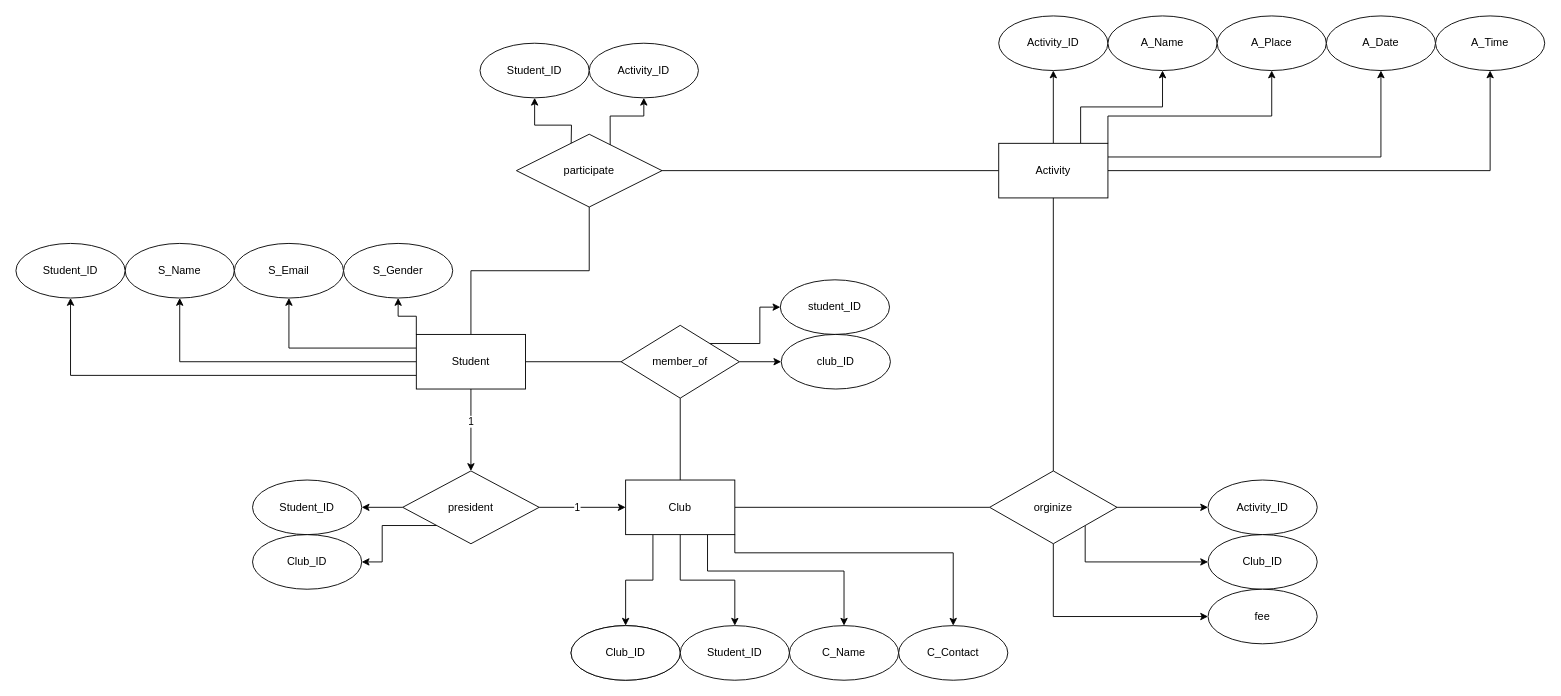
Above: page "Page-3" (4 of 5) of Untitled Diagram.drawio in yumilor/yumilor (draw.io), before the change. Source tidied: cells renumbered, new cells numbered last; positions are measured from the earlier drawing's top-left corner, leaving out a move shared by most shapes. Both pictures are drawn from the tidied source at 91%, with x=0, y=0 at pixel (15, 15).
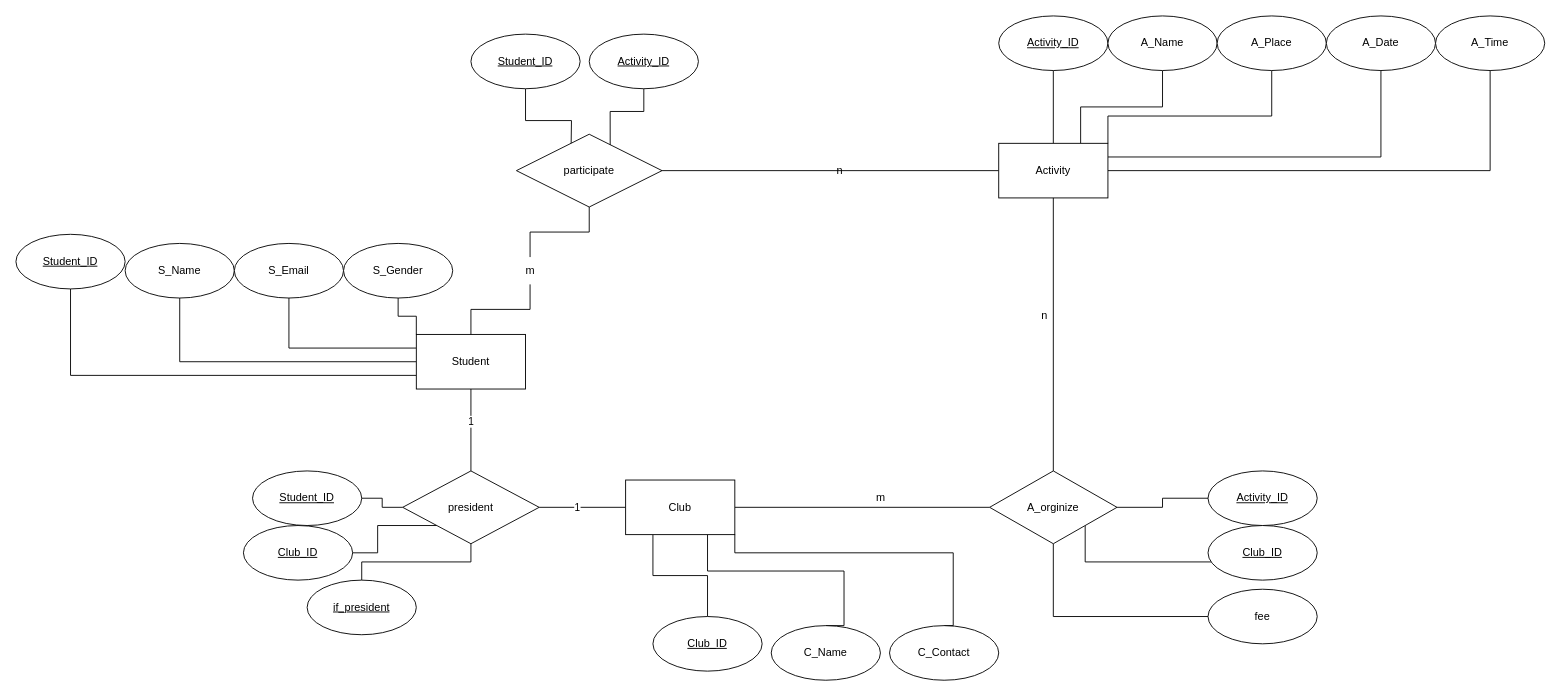
The same diagram, later.

Unchanged cells that the change refers to:
```xml
<mxCell id="10" value="Student" style="rounded=0;whiteSpace=wrap;html=1;" parent="1" vertex="1">
  <mxGeometry x="440" y="350" width="120" height="60" as="geometry" />
</mxCell>
<mxCell id="11" value="S_Name" style="ellipse;whiteSpace=wrap;html=1;rounded=0;" parent="1" vertex="1">
  <mxGeometry x="120" y="250" width="120" height="60" as="geometry" />
</mxCell>
<mxCell id="13" value="S_Email" style="ellipse;whiteSpace=wrap;html=1;rounded=0;" parent="1" vertex="1">
  <mxGeometry x="240" y="250" width="120" height="60" as="geometry" />
</mxCell>
<mxCell id="14" value="S_Gender" style="ellipse;whiteSpace=wrap;html=1;rounded=0;" parent="1" vertex="1">
  <mxGeometry x="360" y="250" width="120" height="60" as="geometry" />
</mxCell>
<mxCell id="19" value="president" style="rhombus;whiteSpace=wrap;html=1;" parent="1" vertex="1">
  <mxGeometry x="425" y="500" width="150" height="80" as="geometry" />
</mxCell>
<mxCell id="27" value="Club" style="whiteSpace=wrap;html=1;" parent="1" vertex="1">
  <mxGeometry x="670" y="510" width="120" height="60" as="geometry" />
</mxCell>
<mxCell id="42" value="participate" style="rhombus;whiteSpace=wrap;html=1;rounded=0;" parent="1" vertex="1">
  <mxGeometry x="550" y="130" width="160" height="80" as="geometry" />
</mxCell>
<mxCell id="50" value="Activity" style="whiteSpace=wrap;html=1;rounded=0;" parent="1" vertex="1">
  <mxGeometry x="1080" y="140" width="120" height="60" as="geometry" />
</mxCell>
<mxCell id="58" value="fee" style="ellipse;whiteSpace=wrap;html=1;" parent="1" vertex="1">
  <mxGeometry x="1310" y="630" width="120" height="60" as="geometry" />
</mxCell>
<mxCell id="60" value="A_Name" style="ellipse;whiteSpace=wrap;html=1;rounded=0;" parent="1" vertex="1">
  <mxGeometry x="1200" width="120" height="60" as="geometry" />
</mxCell>
<mxCell id="61" value="A_Place" style="ellipse;whiteSpace=wrap;html=1;rounded=0;" parent="1" vertex="1">
  <mxGeometry x="1320" width="120" height="60" as="geometry" />
</mxCell>
<mxCell id="62" value="A_Date" style="ellipse;whiteSpace=wrap;html=1;rounded=0;" parent="1" vertex="1">
  <mxGeometry x="1440" width="120" height="60" as="geometry" />
</mxCell>
<mxCell id="63" value="A_Time" style="ellipse;whiteSpace=wrap;html=1;rounded=0;" parent="1" vertex="1">
  <mxGeometry x="1560" width="120" height="60" as="geometry" />
</mxCell>
```

The edit, as a diff of the source:
```diff
@@
-    <mxCell id="2" style="edgeStyle=orthogonalEdgeStyle;rounded=0;jettySize=auto;html=1;" parent="1" edge="1" source="10" target="11">
+    <mxCell id="2" style="edgeStyle=orthogonalEdgeStyle;rounded=0;jettySize=auto;html=1;endArrow=none;endFill=0;" parent="1" edge="1" source="10" target="11">
       <mxGeometry relative="1" as="geometry" />
     </mxCell>
-    <mxCell id="3" style="edgeStyle=orthogonalEdgeStyle;rounded=0;jettySize=auto;html=1;exitX=0;exitY=0.75;exitDx=0;exitDy=0;" parent="1" edge="1" source="10" target="12">
+    <mxCell id="3" style="edgeStyle=orthogonalEdgeStyle;rounded=0;jettySize=auto;html=1;exitX=0;exitY=0.75;exitDx=0;exitDy=0;endArrow=none;endFill=0;" parent="1" edge="1" source="10" target="12">
       <mxGeometry relative="1" as="geometry" />
     </mxCell>
-    <mxCell id="4" style="edgeStyle=orthogonalEdgeStyle;rounded=0;jettySize=auto;html=1;exitX=0;exitY=0.25;exitDx=0;exitDy=0;" parent="1" edge="1" source="10" target="13">
+    <mxCell id="4" style="edgeStyle=orthogonalEdgeStyle;rounded=0;jettySize=auto;html=1;exitX=0;exitY=0.25;exitDx=0;exitDy=0;endArrow=none;endFill=0;" parent="1" edge="1" source="10" target="13">
       <mxGeometry relative="1" as="geometry" />
     </mxCell>
-    <mxCell id="5" style="edgeStyle=orthogonalEdgeStyle;rounded=0;jettySize=auto;html=1;exitX=0;exitY=0;exitDx=0;exitDy=0;" parent="1" edge="1" source="10" target="14">
+    <mxCell id="5" style="edgeStyle=orthogonalEdgeStyle;rounded=0;jettySize=auto;html=1;exitX=0;exitY=0;exitDx=0;exitDy=0;endArrow=none;endFill=0;" parent="1" edge="1" source="10" target="14">
       <mxGeometry relative="1" as="geometry" />
     </mxCell>
-    <mxCell id="6" style="edgeStyle=orthogonalEdgeStyle;rounded=0;jettySize=auto;html=1;entryX=0.5;entryY=0;entryDx=0;entryDy=0;" parent="1" edge="1" source="10" target="19">
+    <mxCell id="6" style="edgeStyle=orthogonalEdgeStyle;rounded=0;jettySize=auto;html=1;entryX=0.5;entryY=0;entryDx=0;entryDy=0;endArrow=none;endFill=0;" parent="1" edge="1" source="10" target="19">
       <mxGeometry relative="1" as="geometry" />
     </mxCell>
@@
-    <mxCell id="8" style="edgeStyle=orthogonalEdgeStyle;rounded=0;jettySize=auto;html=1;endArrow=none;endFill=0;" parent="1" edge="1" source="10" target="36">
-      <mxGeometry relative="1" as="geometry" />
-    </mxCell>
-    <mxCell id="9" style="edgeStyle=orthogonalEdgeStyle;rounded=0;jettySize=auto;html=1;endArrow=none;endFill=0;" parent="1" edge="1" source="10" target="42">
+    <mxCell id="9" style="edgeStyle=orthogonalEdgeStyle;rounded=0;jettySize=auto;html=1;endArrow=none;endFill=0;startArrow=none;" parent="1" edge="1" source="66" target="42">
       <mxGeometry relative="1" as="geometry" />
     </mxCell>
@@
-    <mxCell id="12" value="Student_ID" style="ellipse;whiteSpace=wrap;html=1;rounded=0;" parent="1" vertex="1">
-      <mxGeometry y="250" width="120" height="60" as="geometry" />
+    <mxCell id="12" value="Student_ID" style="ellipse;whiteSpace=wrap;html=1;rounded=0;fontStyle=4;" parent="1" vertex="1">
+      <mxGeometry y="240" width="120" height="60" as="geometry" />
     </mxCell>
@@
-    <mxCell id="15" style="edgeStyle=orthogonalEdgeStyle;rounded=0;jettySize=auto;html=1;" parent="1" edge="1" source="19" target="20">
+    <mxCell id="15" style="edgeStyle=orthogonalEdgeStyle;rounded=0;jettySize=auto;html=1;endArrow=none;endFill=0;" parent="1" edge="1" source="19" target="20">
       <mxGeometry relative="1" as="geometry" />
     </mxCell>
-    <mxCell id="16" style="edgeStyle=orthogonalEdgeStyle;rounded=0;jettySize=auto;html=1;exitX=0;exitY=1;exitDx=0;exitDy=0;" parent="1" edge="1" source="19" target="21">
+    <mxCell id="16" style="edgeStyle=orthogonalEdgeStyle;rounded=0;jettySize=auto;html=1;exitX=0;exitY=1;exitDx=0;exitDy=0;endArrow=none;endFill=0;" parent="1" edge="1" source="19" target="21">
       <mxGeometry relative="1" as="geometry" />
     </mxCell>
-    <mxCell id="17" style="edgeStyle=orthogonalEdgeStyle;rounded=0;jettySize=auto;html=1;" parent="1" edge="1" source="19" target="27">
+    <mxCell id="17" style="edgeStyle=orthogonalEdgeStyle;rounded=0;jettySize=auto;html=1;endArrow=none;endFill=0;" parent="1" edge="1" source="19" target="27">
       <mxGeometry relative="1" as="geometry" />
     </mxCell>
@@
+    <mxCell id="64" style="edgeStyle=orthogonalEdgeStyle;rounded=0;jettySize=auto;html=1;startArrow=none;startFill=0;endArrow=none;endFill=0;" parent="1" edge="1" source="19" target="65">
+      <mxGeometry relative="1" as="geometry" />
+    </mxCell>
@@
-    <mxCell id="20" value="Student_ID" style="ellipse;whiteSpace=wrap;html=1;" parent="1" vertex="1">
-      <mxGeometry x="260" y="510" width="120" height="60" as="geometry" />
+    <mxCell id="20" value="Student_ID" style="ellipse;whiteSpace=wrap;html=1;fontStyle=4;" parent="1" vertex="1">
+      <mxGeometry x="260" y="500" width="120" height="60" as="geometry" />
     </mxCell>
-    <mxCell id="21" value="Club_ID" style="ellipse;whiteSpace=wrap;html=1;" parent="1" vertex="1">
-      <mxGeometry x="260" y="570" width="120" height="60" as="geometry" />
+    <mxCell id="21" value="Club_ID" style="ellipse;whiteSpace=wrap;html=1;fontStyle=4;" parent="1" vertex="1">
+      <mxGeometry x="250" y="560" width="120" height="60" as="geometry" />
     </mxCell>
-    <mxCell id="22" style="edgeStyle=orthogonalEdgeStyle;rounded=0;jettySize=auto;html=1;exitX=0.25;exitY=1;exitDx=0;exitDy=0;" parent="1" edge="1" source="27" target="29">
+    <mxCell id="22" style="edgeStyle=orthogonalEdgeStyle;rounded=0;jettySize=auto;html=1;exitX=0.25;exitY=1;exitDx=0;exitDy=0;endArrow=none;endFill=0;" parent="1" edge="1" source="27" target="29">
       <mxGeometry relative="1" as="geometry" />
     </mxCell>
-    <mxCell id="23" style="edgeStyle=orthogonalEdgeStyle;rounded=0;jettySize=auto;html=1;" parent="1" edge="1" source="27" target="30">
-      <mxGeometry relative="1" as="geometry" />
-    </mxCell>
-    <mxCell id="24" style="edgeStyle=orthogonalEdgeStyle;rounded=0;jettySize=auto;html=1;entryX=0.5;entryY=0;entryDx=0;entryDy=0;endArrow=classic;endFill=1;exitX=0.75;exitY=1;exitDx=0;exitDy=0;" parent="1" edge="1" source="27" target="31">
+    <mxCell id="24" style="edgeStyle=orthogonalEdgeStyle;rounded=0;jettySize=auto;html=1;entryX=0.5;entryY=0;entryDx=0;entryDy=0;endArrow=none;endFill=0;exitX=0.75;exitY=1;exitDx=0;exitDy=0;" parent="1" edge="1" source="27" target="31">
       <mxGeometry relative="1" as="geometry">
         <Array as="points">
           <mxPoint x="760" y="610" />
           <mxPoint x="910" y="610" />
         </Array>
       </mxGeometry>
     </mxCell>
-    <mxCell id="25" style="edgeStyle=orthogonalEdgeStyle;rounded=0;jettySize=auto;html=1;entryX=0.5;entryY=0;entryDx=0;entryDy=0;endArrow=classic;endFill=1;exitX=1;exitY=1;exitDx=0;exitDy=0;" parent="1" edge="1" source="27" target="32">
+    <mxCell id="25" style="edgeStyle=orthogonalEdgeStyle;rounded=0;jettySize=auto;html=1;entryX=0.5;entryY=0;entryDx=0;entryDy=0;endArrow=none;endFill=0;exitX=1;exitY=1;exitDx=0;exitDy=0;" parent="1" edge="1" source="27" target="32">
       <mxGeometry relative="1" as="geometry">
         <Array as="points">
           <mxPoint x="790" y="590" />
           <mxPoint x="1030" y="590" />
         </Array>
       </mxGeometry>
     </mxCell>
@@
-    <mxCell id="28" style="ellipse;whiteSpace=wrap;html=1;" parent="1" vertex="1">
-      <mxGeometry x="610" y="670" width="120" height="60" as="geometry" />
-    </mxCell>
-    <mxCell id="29" value="Club_ID" style="ellipse;whiteSpace=wrap;html=1;" parent="1" vertex="1">
-      <mxGeometry x="610" y="670" width="120" height="60" as="geometry" />
+    <mxCell id="29" value="Club_ID" style="ellipse;whiteSpace=wrap;html=1;fontStyle=4;" parent="1" vertex="1">
+      <mxGeometry x="700" y="660" width="120" height="60" as="geometry" />
     </mxCell>
-    <mxCell id="30" value="Student_ID" style="ellipse;whiteSpace=wrap;html=1;" parent="1" vertex="1">
-      <mxGeometry x="730" y="670" width="120" height="60" as="geometry" />
-    </mxCell>
     <mxCell id="31" value="C_Name" style="ellipse;whiteSpace=wrap;html=1;" parent="1" vertex="1">
-      <mxGeometry x="850" y="670" width="120" height="60" as="geometry" />
+      <mxGeometry x="830" y="670" width="120" height="60" as="geometry" />
     </mxCell>
     <mxCell id="32" value="C_Contact" style="ellipse;whiteSpace=wrap;html=1;" parent="1" vertex="1">
-      <mxGeometry x="970" y="670" width="120" height="60" as="geometry" />
+      <mxGeometry x="960" y="670" width="120" height="60" as="geometry" />
     </mxCell>
-    <mxCell id="33" style="edgeStyle=orthogonalEdgeStyle;rounded=0;jettySize=auto;html=1;endArrow=none;endFill=0;" parent="1" edge="1" source="36" target="27">
-      <mxGeometry relative="1" as="geometry" />
-    </mxCell>
-    <mxCell id="34" style="edgeStyle=orthogonalEdgeStyle;rounded=0;jettySize=auto;html=1;endArrow=classic;endFill=1;exitX=1;exitY=0;exitDx=0;exitDy=0;" parent="1" edge="1" source="36" target="37">
-      <mxGeometry relative="1" as="geometry" />
-    </mxCell>
-    <mxCell id="35" style="edgeStyle=orthogonalEdgeStyle;rounded=0;jettySize=auto;html=1;endArrow=classic;endFill=1;" parent="1" edge="1" source="36" target="38">
-      <mxGeometry relative="1" as="geometry" />
-    </mxCell>
-    <mxCell id="36" value="member_of" style="rhombus;whiteSpace=wrap;html=1;rounded=0;" parent="1" vertex="1">
-      <mxGeometry x="665" y="340" width="130" height="80" as="geometry" />
-    </mxCell>
-    <mxCell id="37" value="student_ID" style="ellipse;whiteSpace=wrap;html=1;rounded=0;" parent="1" vertex="1">
-      <mxGeometry x="840" y="290" width="120" height="60" as="geometry" />
-    </mxCell>
-    <mxCell id="38" value="club_ID" style="ellipse;whiteSpace=wrap;html=1;rounded=0;" parent="1" vertex="1">
-      <mxGeometry x="841" y="350" width="120" height="60" as="geometry" />
-    </mxCell>
-    <mxCell id="39" style="edgeStyle=orthogonalEdgeStyle;rounded=0;jettySize=auto;html=1;endArrow=classic;endFill=1;" parent="1" edge="1" target="43">
+    <mxCell id="39" style="edgeStyle=orthogonalEdgeStyle;rounded=0;jettySize=auto;html=1;endArrow=none;endFill=0;" parent="1" edge="1" target="43">
       <mxGeometry relative="1" as="geometry">
         <mxPoint x="610" y="150" as="sourcePoint" />
       </mxGeometry>
     </mxCell>
-    <mxCell id="40" style="edgeStyle=orthogonalEdgeStyle;rounded=0;jettySize=auto;html=1;endArrow=classic;endFill=1;exitX=0.644;exitY=0.183;exitDx=0;exitDy=0;exitPerimeter=0;" parent="1" edge="1" source="42" target="44">
+    <mxCell id="40" style="edgeStyle=orthogonalEdgeStyle;rounded=0;jettySize=auto;html=1;endArrow=none;endFill=0;exitX=0.644;exitY=0.183;exitDx=0;exitDy=0;exitPerimeter=0;" parent="1" edge="1" source="42" target="44">
       <mxGeometry relative="1" as="geometry" />
     </mxCell>
@@
-    <mxCell id="43" value="Student_ID" style="ellipse;whiteSpace=wrap;html=1;rounded=0;" parent="1" vertex="1">
-      <mxGeometry x="510" y="30" width="120" height="60" as="geometry" />
+    <mxCell id="43" value="Student_ID" style="ellipse;whiteSpace=wrap;html=1;rounded=0;fontStyle=4;" parent="1" vertex="1">
+      <mxGeometry x="500" y="20" width="120" height="60" as="geometry" />
     </mxCell>
-    <mxCell id="44" value="Activity_ID" style="ellipse;whiteSpace=wrap;html=1;rounded=0;" parent="1" vertex="1">
-      <mxGeometry x="630" y="30" width="120" height="60" as="geometry" />
+    <mxCell id="44" value="Activity_ID" style="ellipse;whiteSpace=wrap;html=1;rounded=0;fontStyle=4;" parent="1" vertex="1">
+      <mxGeometry x="630" y="20" width="120" height="60" as="geometry" />
     </mxCell>
-    <mxCell id="45" style="edgeStyle=orthogonalEdgeStyle;rounded=0;jettySize=auto;html=1;endArrow=classic;endFill=1;" parent="1" edge="1" source="50" target="59">
+    <mxCell id="45" style="edgeStyle=orthogonalEdgeStyle;rounded=0;jettySize=auto;html=1;endArrow=none;endFill=0;" parent="1" edge="1" source="50" target="59">
       <mxGeometry relative="1" as="geometry" />
     </mxCell>
-    <mxCell id="46" style="edgeStyle=orthogonalEdgeStyle;rounded=0;jettySize=auto;html=1;endArrow=classic;endFill=1;exitX=0.75;exitY=0;exitDx=0;exitDy=0;" parent="1" edge="1" source="50" target="60">
+    <mxCell id="46" style="edgeStyle=orthogonalEdgeStyle;rounded=0;jettySize=auto;html=1;endArrow=none;endFill=0;exitX=0.75;exitY=0;exitDx=0;exitDy=0;" parent="1" edge="1" source="50" target="60">
       <mxGeometry relative="1" as="geometry" />
     </mxCell>
-    <mxCell id="47" style="edgeStyle=orthogonalEdgeStyle;rounded=0;jettySize=auto;html=1;endArrow=classic;endFill=1;exitX=1;exitY=0;exitDx=0;exitDy=0;" parent="1" edge="1" source="50" target="61">
+    <mxCell id="47" style="edgeStyle=orthogonalEdgeStyle;rounded=0;jettySize=auto;html=1;endArrow=none;endFill=0;exitX=1;exitY=0;exitDx=0;exitDy=0;" parent="1" edge="1" source="50" target="61">
       <mxGeometry relative="1" as="geometry">
         <Array as="points">
           <mxPoint x="1200" y="110" />
           <mxPoint x="1380" y="110" />
         </Array>
       </mxGeometry>
     </mxCell>
-    <mxCell id="48" style="edgeStyle=orthogonalEdgeStyle;rounded=0;jettySize=auto;html=1;endArrow=classic;endFill=1;exitX=1;exitY=0.25;exitDx=0;exitDy=0;" parent="1" edge="1" source="50" target="62">
+    <mxCell id="48" style="edgeStyle=orthogonalEdgeStyle;rounded=0;jettySize=auto;html=1;endArrow=none;endFill=0;exitX=1;exitY=0.25;exitDx=0;exitDy=0;" parent="1" edge="1" source="50" target="62">
       <mxGeometry relative="1" as="geometry" />
     </mxCell>
-    <mxCell id="49" style="edgeStyle=orthogonalEdgeStyle;rounded=0;jettySize=auto;html=1;endArrow=classic;endFill=1;" parent="1" edge="1" source="50" target="63">
+    <mxCell id="49" style="edgeStyle=orthogonalEdgeStyle;rounded=0;jettySize=auto;html=1;endArrow=none;endFill=0;" parent="1" edge="1" source="50" target="63">
       <mxGeometry relative="1" as="geometry" />
     </mxCell>
@@
-    <mxCell id="51" style="edgeStyle=orthogonalEdgeStyle;rounded=0;jettySize=auto;html=1;endArrow=classic;endFill=1;" parent="1" edge="1" source="55" target="56">
+    <mxCell id="51" style="edgeStyle=orthogonalEdgeStyle;rounded=0;jettySize=auto;html=1;endArrow=none;endFill=0;" parent="1" edge="1" source="55" target="56">
       <mxGeometry relative="1" as="geometry" />
     </mxCell>
-    <mxCell id="52" style="edgeStyle=orthogonalEdgeStyle;rounded=0;jettySize=auto;html=1;endArrow=classic;endFill=1;exitX=1;exitY=1;exitDx=0;exitDy=0;" parent="1" edge="1" source="55" target="57">
+    <mxCell id="52" style="edgeStyle=orthogonalEdgeStyle;rounded=0;jettySize=auto;html=1;endArrow=none;endFill=0;exitX=1;exitY=1;exitDx=0;exitDy=0;" parent="1" edge="1" source="55" target="57">
       <mxGeometry relative="1" as="geometry">
         <Array as="points">
           <mxPoint x="1175" y="600" />
         </Array>
       </mxGeometry>
     </mxCell>
-    <mxCell id="53" style="edgeStyle=orthogonalEdgeStyle;rounded=0;jettySize=auto;html=1;endArrow=classic;endFill=1;exitX=0.5;exitY=1;exitDx=0;exitDy=0;" parent="1" edge="1" source="55" target="58">
+    <mxCell id="53" style="edgeStyle=orthogonalEdgeStyle;rounded=0;jettySize=auto;html=1;endArrow=none;endFill=0;exitX=0.5;exitY=1;exitDx=0;exitDy=0;" parent="1" edge="1" source="55" target="58">
       <mxGeometry relative="1" as="geometry">
         <Array as="points">
           <mxPoint x="1140" y="660" />
         </Array>
       </mxGeometry>
     </mxCell>
@@
-    <mxCell id="55" value="orginize" style="rhombus;whiteSpace=wrap;html=1;" parent="1" vertex="1">
+    <mxCell id="55" value="A_orginize" style="rhombus;whiteSpace=wrap;html=1;" parent="1" vertex="1">
       <mxGeometry x="1070" y="500" width="140" height="80" as="geometry" />
     </mxCell>
-    <mxCell id="56" value="Activity_ID" style="ellipse;whiteSpace=wrap;html=1;" parent="1" vertex="1">
-      <mxGeometry x="1310" y="510" width="120" height="60" as="geometry" />
+    <mxCell id="56" value="Activity_ID" style="ellipse;whiteSpace=wrap;html=1;fontStyle=4;" parent="1" vertex="1">
+      <mxGeometry x="1310" y="500" width="120" height="60" as="geometry" />
     </mxCell>
-    <mxCell id="57" value="Club_ID" style="ellipse;whiteSpace=wrap;html=1;" parent="1" vertex="1">
-      <mxGeometry x="1310" y="570" width="120" height="60" as="geometry" />
+    <mxCell id="57" value="Club_ID" style="ellipse;whiteSpace=wrap;html=1;fontStyle=4;" parent="1" vertex="1">
+      <mxGeometry x="1310" y="560" width="120" height="60" as="geometry" />
     </mxCell>
@@
-    <mxCell id="59" value="Activity_ID" style="ellipse;whiteSpace=wrap;html=1;rounded=0;" parent="1" vertex="1">
+    <mxCell id="59" value="Activity_ID" style="ellipse;whiteSpace=wrap;html=1;rounded=0;fontStyle=4;" parent="1" vertex="1">
       <mxGeometry x="1080" width="120" height="60" as="geometry" />
     </mxCell>
@@
+    <mxCell id="65" value="if_president" style="ellipse;whiteSpace=wrap;html=1;fontStyle=4;" parent="1" vertex="1">
+      <mxGeometry x="320" y="620" width="120" height="60" as="geometry" />
+    </mxCell>
+    <mxCell id="66" value="m" style="text;html=1;align=center;verticalAlign=middle;points=[];strokeColor=none;fillColor=none;" parent="1" vertex="1">
+      <mxGeometry x="550" y="265" width="30" height="30" as="geometry" />
+    </mxCell>
+    <mxCell id="67" style="edgeStyle=orthogonalEdgeStyle;rounded=0;jettySize=auto;html=1;endArrow=none;endFill=0;" parent="1" edge="1" source="10" target="66">
+      <mxGeometry relative="1" as="geometry" />
+    </mxCell>
+    <mxCell id="68" value="n" style="text;html=1;align=center;verticalAlign=middle;strokeColor=none;fillColor=none;" parent="1" vertex="1">
+      <mxGeometry x="890" y="155" width="30" height="30" as="geometry" />
+    </mxCell>
+    <mxCell id="69" value="m" style="text;html=1;align=center;verticalAlign=middle;strokeColor=none;fillColor=none;" parent="1" vertex="1">
+      <mxGeometry x="935" y="515" width="30" height="30" as="geometry" />
+    </mxCell>
+    <mxCell id="70" value="n" style="text;html=1;align=center;verticalAlign=middle;strokeColor=none;fillColor=none;" parent="1" vertex="1">
+      <mxGeometry x="1115" y="315" width="30" height="30" as="geometry" />
+    </mxCell>
```
